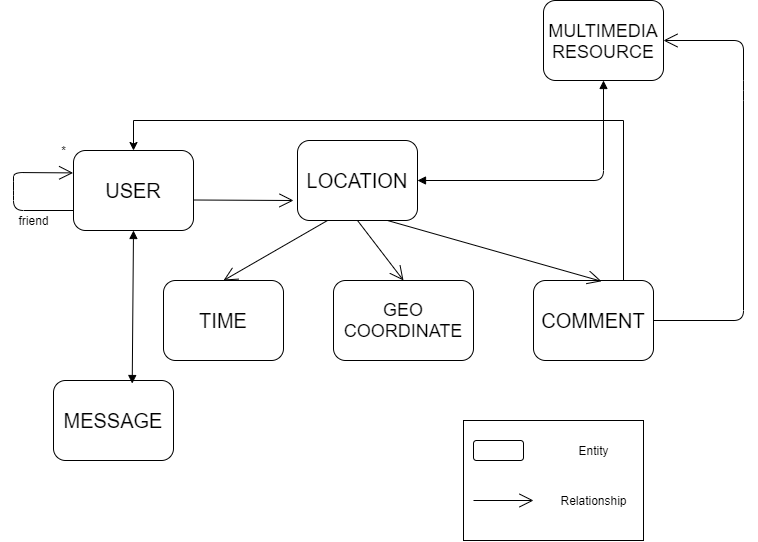
The draw.io diagram webapp/docs/images/08-Model-diagram.png in Arquisoft/radarin_en2a, before a commit. Source tidied: cells renumbered, new cells last; positions are measured from the earlier drawing's top-left corner, leaving out a move shared by most shapes.
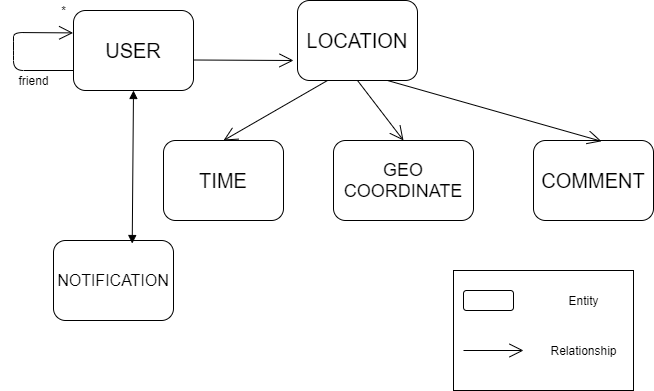
After the change.

Commit message:
Model diragram changed

Diff of the diagram source:
```diff
@@ -33,14 +33,6 @@
     <mxCell id="8" value="&lt;font style=&quot;font-size: 18px&quot;&gt;GEO COORDINATE&lt;/font&gt;" style="shape=ext;rounded=1;html=1;whiteSpace=wrap;" parent="1" vertex="1">
       <mxGeometry x="325" y="280" width="140" height="80" as="geometry" />
     </mxCell>
-    <mxCell id="9" style="edgeStyle=orthogonalEdgeStyle;rounded=0;jettySize=auto;html=1;exitX=0.75;exitY=0;exitDx=0;exitDy=0;entryX=0.5;entryY=0;entryDx=0;entryDy=0;" parent="1" edge="1" source="10" target="2">
-      <mxGeometry relative="1" as="geometry">
-        <Array as="points">
-          <mxPoint x="615" y="120" />
-          <mxPoint x="125" y="120" />
-        </Array>
-      </mxGeometry>
-    </mxCell>
     <mxCell id="10" value="&lt;span style=&quot;font-size: 20px&quot;&gt;COMMENT&lt;br&gt;&lt;/span&gt;" style="shape=ext;rounded=1;html=1;whiteSpace=wrap;" parent="1" vertex="1">
       <mxGeometry x="525" y="280" width="120" height="80" as="geometry" />
     </mxCell>
@@ -53,51 +45,32 @@
     <mxCell id="13" style="endArrow=open;endFill=1;endSize=12;html=1;exitX=0.75;exitY=1;exitDx=0;exitDy=0;entryX=0.567;entryY=0.01;entryDx=0;entryDy=0;entryPerimeter=0;" parent="1" edge="1" source="5" target="10">
       <mxGeometry relative="1" as="geometry" />
     </mxCell>
-    <mxCell id="14" value="&lt;font style=&quot;font-size: 18px&quot;&gt;MULTIMEDIA&lt;/font&gt;&lt;span style=&quot;font-size: 20px&quot;&gt; &lt;/span&gt;&lt;font style=&quot;font-size: 18px&quot;&gt;RESOURCE&lt;/font&gt;" style="shape=ext;rounded=1;html=1;whiteSpace=wrap;" parent="1" vertex="1">
-      <mxGeometry x="535" width="120" height="80" as="geometry" />
-    </mxCell>
-    <mxCell id="15" style="endArrow=block;startArrow=block;endFill=1;startFill=1;html=1;entryX=0.5;entryY=1;entryDx=0;entryDy=0;entryPerimeter=0;exitX=1;exitY=0.5;exitDx=0;exitDy=0;" parent="1" edge="1" source="5" target="14">
-      <mxGeometry relative="1" as="geometry">
-        <Array as="points">
-          <mxPoint x="595" y="180" />
-        </Array>
-      </mxGeometry>
-    </mxCell>
     <mxCell id="16" value="friend" style="text;html=1;align=center;verticalAlign=middle;" parent="1" vertex="1">
       <mxGeometry y="210" width="50" height="20" as="geometry" />
     </mxCell>
-    <mxCell id="17" value="&lt;font style=&quot;font-size: 20px&quot;&gt;MESSAGE&lt;/font&gt;" style="shape=ext;rounded=1;html=1;whiteSpace=wrap;" parent="1" vertex="1">
+    <mxCell id="17" value="&lt;font style=&quot;font-size: 16px&quot;&gt;NOTIFICATION&lt;/font&gt;" style="shape=ext;rounded=1;html=1;whiteSpace=wrap;" parent="1" vertex="1">
       <mxGeometry x="45" y="380" width="120" height="80" as="geometry" />
     </mxCell>
     <mxCell id="18" style="endArrow=block;startArrow=block;endFill=1;startFill=1;html=1;exitX=0.5;exitY=1;exitDx=0;exitDy=0;entryX=0.656;entryY=0.038;entryDx=0;entryDy=0;entryPerimeter=0;" parent="1" edge="1" source="2" target="17">
       <mxGeometry relative="1" as="geometry" />
     </mxCell>
-    <mxCell id="19" style="endArrow=open;endFill=1;endSize=12;html=1;exitX=1;exitY=0.5;exitDx=0;exitDy=0;entryX=1;entryY=0.5;entryDx=0;entryDy=0;" parent="1" edge="1" source="10" target="14">
-      <mxGeometry relative="1" as="geometry">
-        <Array as="points">
-          <mxPoint x="735" y="320" />
-          <mxPoint x="735" y="90" />
-          <mxPoint x="735" y="40" />
-        </Array>
-      </mxGeometry>
-    </mxCell>
     <mxCell id="20" style="verticalLabelPosition=bottom;verticalAlign=top;html=1;shape=mxgraph.basic.rect;fillColor2=none;strokeWidth=1;size=20;indent=5;" parent="1" vertex="1">
-      <mxGeometry x="455" y="420" width="180" height="120" as="geometry" />
+      <mxGeometry x="445" y="410" width="180" height="120" as="geometry" />
     </mxCell>
     <mxCell id="21" style="shape=ext;rounded=1;html=1;whiteSpace=wrap;" parent="1" vertex="1">
-      <mxGeometry x="465" y="440" width="50" height="20" as="geometry" />
+      <mxGeometry x="455" y="430" width="50" height="20" as="geometry" />
     </mxCell>
     <mxCell id="22" style="endArrow=open;endFill=1;endSize=12;html=1;" parent="1" edge="1">
       <mxGeometry relative="1" as="geometry">
-        <mxPoint x="465" y="500" as="sourcePoint" />
-        <mxPoint x="525" y="500" as="targetPoint" />
+        <mxPoint x="455" y="490" as="sourcePoint" />
+        <mxPoint x="515" y="490" as="targetPoint" />
       </mxGeometry>
     </mxCell>
     <mxCell id="23" value="Entity" style="text;html=1;align=center;verticalAlign=middle;" parent="1" vertex="1">
-      <mxGeometry x="560" y="440" width="50" height="20" as="geometry" />
+      <mxGeometry x="550" y="430" width="50" height="20" as="geometry" />
     </mxCell>
     <mxCell id="24" value="Relationship" style="text;html=1;align=center;verticalAlign=middle;" parent="1" vertex="1">
-      <mxGeometry x="545" y="490" width="80" height="20" as="geometry" />
+      <mxGeometry x="535" y="480" width="80" height="20" as="geometry" />
     </mxCell>
   </root>
 </mxGraphModel>
```
